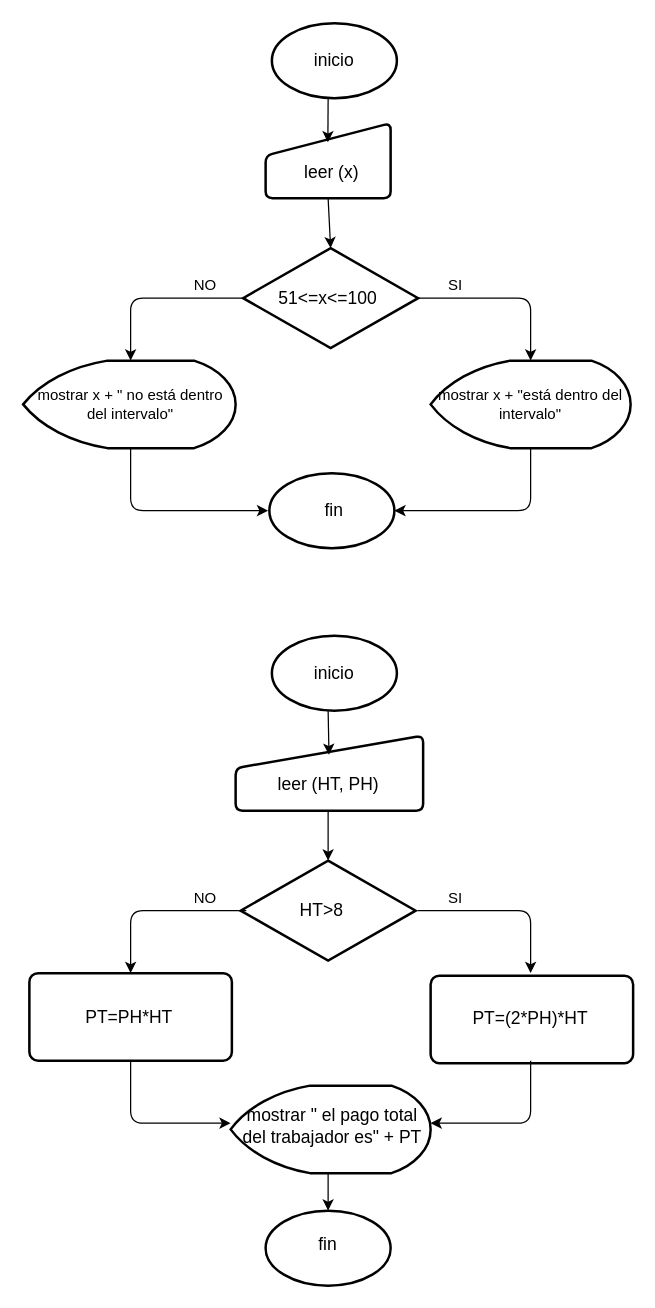
Before: opcional.drawio in Jhaz602/diagramas, a draw.io diagram. Source tidied: cells renumbered, new cells numbered last; positions are measured from the earlier drawing's top-left corner, leaving out a move shared by most shapes. Both pictures are drawn from the tidied source at 125%, with x=0, y=0 at pixel (22, 22).
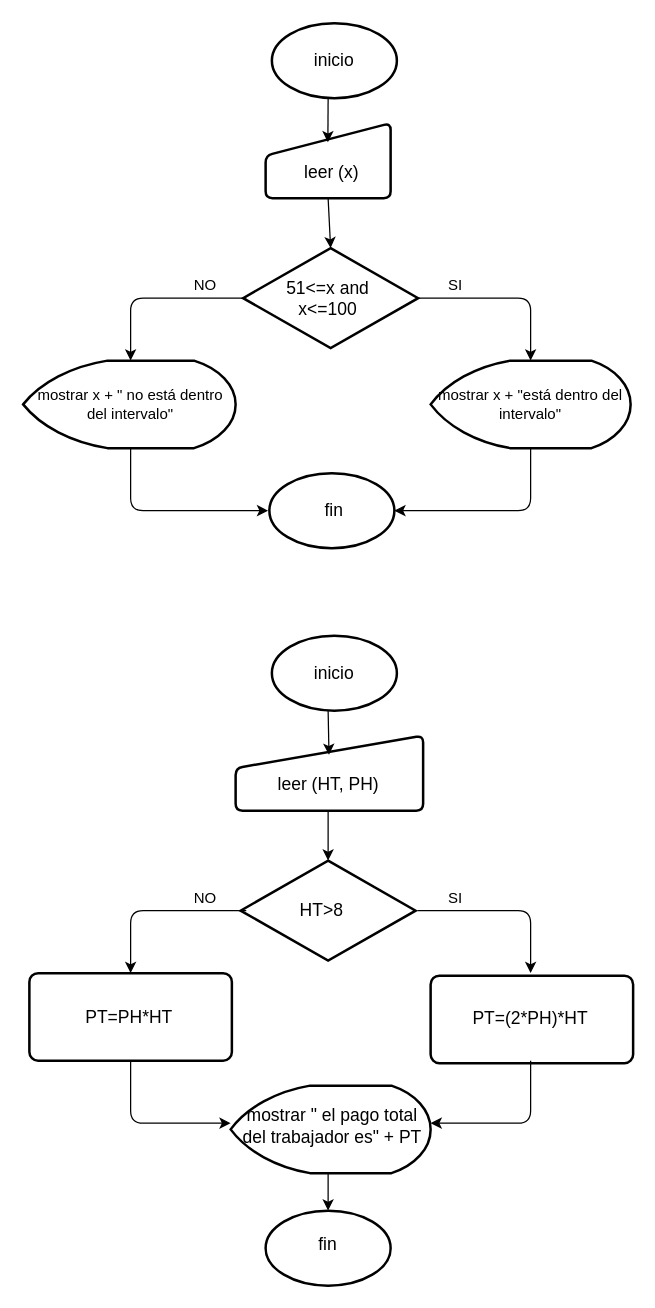
Above is the later version.

The edit, as a diff of the source:
```diff
@@
-    <mxCell id="9" value="&lt;font style=&quot;font-size: 14px&quot;&gt;51&amp;lt;=x&amp;lt;=100&lt;/font&gt;" style="text;html=1;strokeColor=none;fillColor=none;align=center;verticalAlign=middle;whiteSpace=wrap;rounded=0;" parent="1" vertex="1">
+    <mxCell id="9" value="&lt;font style=&quot;font-size: 14px&quot;&gt;51&amp;lt;=x and x&amp;lt;=100&lt;/font&gt;" style="text;html=1;strokeColor=none;fillColor=none;align=center;verticalAlign=middle;whiteSpace=wrap;rounded=0;" parent="1" vertex="1">
       <mxGeometry x="199" y="210" width="90" height="20" as="geometry" />
     </mxCell>
```
